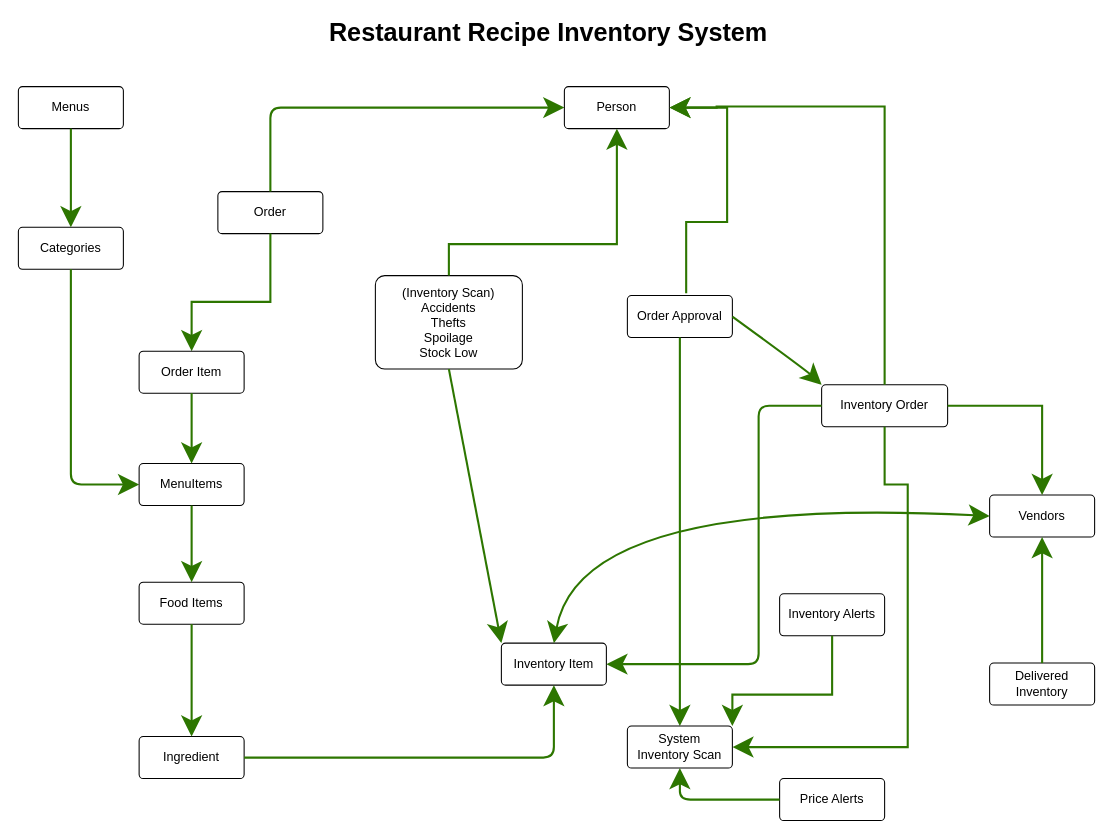
The draw.io diagram Models/Relationships1.drawio in johnchadwell/DDD-JayCh, before the edit. Source tidied: cells renumbered, new cells numbered last; positions are measured from the earlier drawing's top-left corner, leaving out a move shared by most shapes. Both pictures are drawn from the tidied source at 105%, with x=0, y=0 at pixel (18, 22).
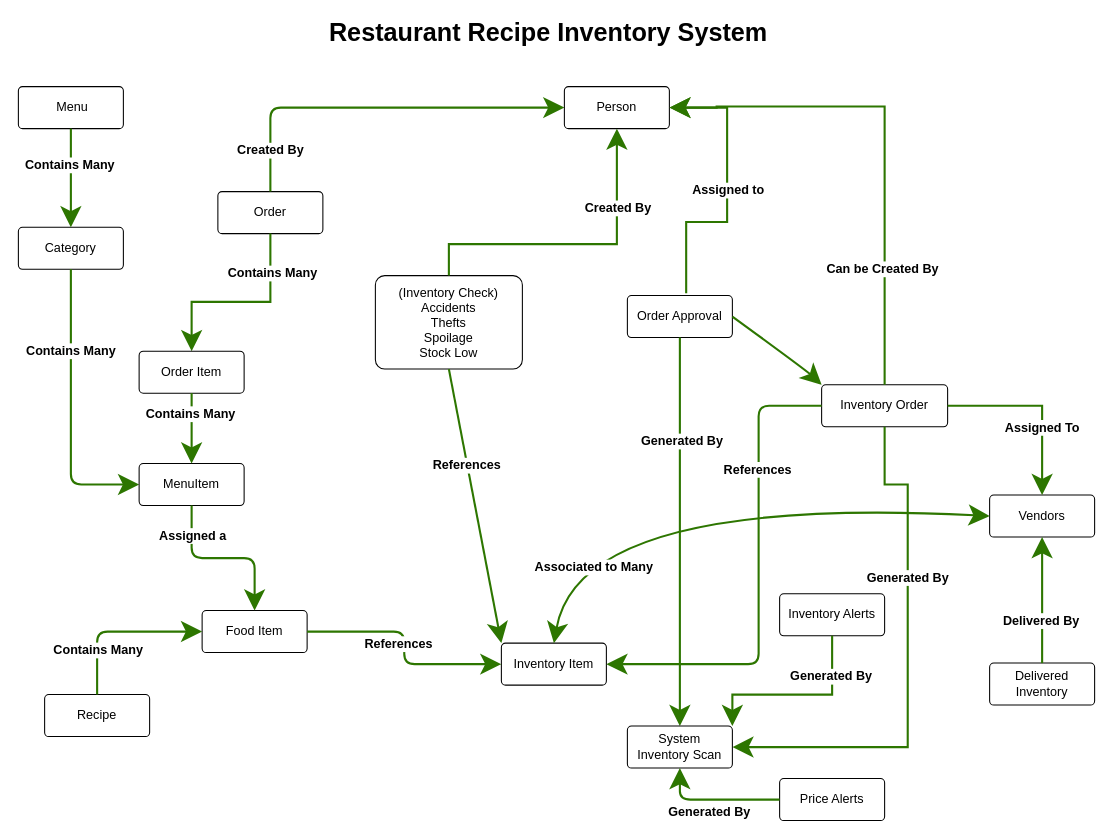
The same diagram, later.

Unchanged cells that the change refers to:
```xml
<mxCell id="4" style="edgeStyle=segmentEdgeStyle;endArrow=none;html=1;endSize=14;strokeWidth=2;endFill=0;entryX=0.5;entryY=1;entryDx=0;entryDy=0;fillColor=#60a917;strokeColor=#2D7600;startSize=14;startArrow=classic;startFill=1;exitX=0;exitY=0.5;exitDx=0;exitDy=0;" parent="1" edge="1" source="38" target="3">
  <mxGeometry relative="1" as="geometry">
    <Array as="points">
      <mxPoint x="50" y="440" />
    </Array>
  </mxGeometry>
</mxCell>
<mxCell id="5" style="edgeStyle=elbowEdgeStyle;elbow=horizontal;endArrow=classic;html=1;endSize=14;strokeWidth=2;endFill=1;entryX=0;entryY=0.5;entryDx=0;entryDy=0;exitX=0.5;exitY=0;exitDx=0;exitDy=0;fillColor=#60a917;strokeColor=#2D7600;startArrow=none;startFill=0;targetPerimeterSpacing=14;sourcePerimeterSpacing=14;startSize=14;" parent="1" edge="1" source="2" target="12">
  <mxGeometry relative="1" as="geometry">
    <Array as="points">
      <mxPoint x="240" y="141" />
    </Array>
  </mxGeometry>
</mxCell>
<mxCell id="6" style="edgeStyle=orthogonalEdgeStyle;rounded=0;jettySize=auto;html=1;endArrow=classic;endFill=1;endSize=14;strokeWidth=2;fillColor=#60a917;strokeColor=#2D7600;startSize=14;startArrow=none;startFill=0;exitX=0.5;exitY=1;exitDx=0;exitDy=0;entryX=0.5;entryY=0;entryDx=0;entryDy=0;" parent="1" edge="1" source="2" target="7">
  <mxGeometry relative="1" as="geometry">
    <Array as="points">
      <mxPoint x="240" y="266" />
      <mxPoint x="165" y="266" />
    </Array>
  </mxGeometry>
</mxCell>
<mxCell id="11" value="Inventory Item&lt;br&gt;" style="rounded=1;arcSize=10;whiteSpace=wrap;html=1;align=center;" parent="1" vertex="1">
  <mxGeometry x="460" y="591" width="100" height="40" as="geometry" />
</mxCell>
<mxCell id="17" style="edgeStyle=orthogonalEdgeStyle;rounded=0;jettySize=auto;html=1;endArrow=classic;endFill=1;endSize=14;strokeWidth=2;fillColor=#60a917;strokeColor=#2D7600;exitX=0.5;exitY=1;exitDx=0;exitDy=0;entryX=1;entryY=0.5;entryDx=0;entryDy=0;startArrow=none;startFill=0;startSize=14;" parent="1" edge="1" source="14" target="30">
  <mxGeometry relative="1" as="geometry">
    <Array as="points">
      <mxPoint x="825" y="440" />
      <mxPoint x="847" y="440" />
      <mxPoint x="847" y="690" />
    </Array>
  </mxGeometry>
</mxCell>
<mxCell id="18" style="elbow=vertical;endArrow=classic;html=1;endSize=14;strokeWidth=2;endFill=1;exitX=0.5;exitY=1;exitDx=0;exitDy=0;fillColor=#60a917;strokeColor=#2D7600;entryX=0.5;entryY=0;entryDx=0;entryDy=0;startSize=14;startArrow=none;startFill=0;" parent="1" edge="1" source="13" target="30">
  <mxGeometry relative="1" as="geometry" />
</mxCell>
<mxCell id="19" style="edgeStyle=orthogonalEdgeStyle;rounded=0;jettySize=auto;html=1;endArrow=none;endFill=0;endSize=14;strokeWidth=2;fillColor=#60a917;strokeColor=#2D7600;entryX=1;entryY=0.5;entryDx=0;entryDy=0;exitX=0.5;exitY=0;exitDx=0;exitDy=0;startSize=14;startArrow=classic;startFill=1;" parent="1" edge="1" source="16" target="14">
  <mxGeometry relative="1" as="geometry" />
</mxCell>
<mxCell id="20" style="edgeStyle=elbowEdgeStyle;elbow=horizontal;endArrow=none;html=1;endSize=14;strokeWidth=2;endFill=0;entryX=0;entryY=0.5;entryDx=0;entryDy=0;exitX=1;exitY=0.5;exitDx=0;exitDy=0;fillColor=#60a917;strokeColor=#2D7600;startSize=14;startArrow=classic;startFill=1;" parent="1" edge="1" source="11" target="14">
  <mxGeometry relative="1" as="geometry">
    <Array as="points">
      <mxPoint x="705" y="500" />
    </Array>
  </mxGeometry>
</mxCell>
<mxCell id="21" style="edgeStyle=orthogonalEdgeStyle;rounded=0;jettySize=auto;html=1;endArrow=classic;endFill=1;endSize=14;strokeWidth=2;fillColor=#60a917;strokeColor=#2D7600;exitX=0.5;exitY=0;exitDx=0;exitDy=0;startSize=14;startArrow=none;startFill=0;entryX=1;entryY=0.5;entryDx=0;entryDy=0;" parent="1" edge="1" source="14" target="12">
  <mxGeometry relative="1" as="geometry">
    <Array as="points">
      <mxPoint x="825" y="80" />
      <mxPoint x="665" y="80" />
    </Array>
  </mxGeometry>
</mxCell>
<mxCell id="23" style="edgeStyle=orthogonalEdgeStyle;rounded=0;jettySize=auto;html=1;endArrow=classic;endFill=1;endSize=14;strokeWidth=2;fillColor=#60a917;strokeColor=#2D7600;entryX=0.5;entryY=1;entryDx=0;entryDy=0;exitX=0.5;exitY=0;exitDx=0;exitDy=0;startSize=14;startArrow=none;startFill=0;" parent="1" edge="1" source="22" target="12">
  <mxGeometry relative="1" as="geometry">
    <Array as="points">
      <mxPoint x="410" y="211" />
      <mxPoint x="570" y="211" />
    </Array>
  </mxGeometry>
</mxCell>
<mxCell id="24" style="curved=1;endArrow=classic;html=1;endFill=1;fillColor=#60a917;strokeColor=#2D7600;strokeWidth=2;endSize=14;startArrow=none;startFill=0;targetPerimeterSpacing=14;sourcePerimeterSpacing=13;startSize=14;entryX=0;entryY=0;entryDx=0;entryDy=0;" parent="1" edge="1" target="11">
  <mxGeometry relative="1" as="geometry">
    <mxPoint x="410" y="330" as="sourcePoint" />
  </mxGeometry>
</mxCell>
<mxCell id="25" style="curved=1;endArrow=classic;html=1;endFill=1;fillColor=#60a917;strokeColor=#2D7600;strokeWidth=2;endSize=14;startArrow=classic;startFill=1;targetPerimeterSpacing=14;sourcePerimeterSpacing=13;startSize=14;entryX=0.5;entryY=0;entryDx=0;entryDy=0;exitX=0;exitY=0.5;exitDx=0;exitDy=0;exitPerimeter=0;" parent="1" edge="1" source="16" target="11">
  <mxGeometry relative="1" as="geometry">
    <Array as="points">
      <mxPoint x="535" y="450" />
    </Array>
  </mxGeometry>
</mxCell>
<mxCell id="27" style="edgeStyle=orthogonalEdgeStyle;rounded=0;jettySize=auto;html=1;endArrow=none;endFill=0;endSize=14;strokeWidth=2;fillColor=#60a917;strokeColor=#2D7600;exitX=1;exitY=0.5;exitDx=0;exitDy=0;startSize=14;startArrow=classic;startFill=1;entryX=0.56;entryY=-0.055;entryDx=0;entryDy=0;entryPerimeter=0;" parent="1" edge="1" source="12" target="13">
  <mxGeometry relative="1" as="geometry">
    <Array as="points">
      <mxPoint x="675" y="81" />
      <mxPoint x="675" y="190" />
      <mxPoint x="636" y="190" />
    </Array>
  </mxGeometry>
</mxCell>
<mxCell id="29" style="endArrow=none;html=1;endSize=14;strokeWidth=2;endFill=0;entryX=0.5;entryY=1;entryDx=0;entryDy=0;fillColor=#60a917;strokeColor=#2D7600;targetPerimeterSpacing=14;startSize=14;sourcePerimeterSpacing=14;startArrow=classic;startFill=1;exitX=0.5;exitY=0;exitDx=0;exitDy=0;" parent="1" edge="1" source="3" target="28">
  <mxGeometry relative="1" as="geometry" />
</mxCell>
<mxCell id="32" style="edgeStyle=orthogonalEdgeStyle;rounded=0;jettySize=auto;html=1;endArrow=none;endFill=0;endSize=14;strokeWidth=2;fillColor=#60a917;strokeColor=#2D7600;exitX=1;exitY=0;exitDx=0;exitDy=0;entryX=0.5;entryY=1;entryDx=0;entryDy=0;startArrow=classic;startFill=1;startSize=14;" parent="1" edge="1" source="30" target="31">
  <mxGeometry relative="1" as="geometry">
    <Array as="points">
      <mxPoint x="699" y="640" />
      <mxPoint x="805" y="640" />
    </Array>
  </mxGeometry>
</mxCell>
<mxCell id="34" style="edgeStyle=orthogonalEdgeStyle;rounded=0;jettySize=auto;html=1;endArrow=classic;endFill=1;endSize=14;strokeWidth=2;fillColor=#60a917;strokeColor=#2D7600;entryX=0.5;entryY=1;entryDx=0;entryDy=0;exitX=0.5;exitY=0;exitDx=0;exitDy=0;startSize=14;startArrow=none;startFill=0;" parent="1" edge="1" source="33" target="16">
  <mxGeometry relative="1" as="geometry" />
</mxCell>
<mxCell id="36" style="edgeStyle=segmentEdgeStyle;endArrow=classic;html=1;startSize=14;endSize=14;sourcePerimeterSpacing=13;targetPerimeterSpacing=14;strokeWidth=2;exitX=0;exitY=0.5;exitDx=0;exitDy=0;entryX=0.5;entryY=1;entryDx=0;entryDy=0;endFill=1;startArrow=none;startFill=0;fillColor=#60a917;strokeColor=#2D7600;" parent="1" edge="1" source="35" target="30">
  <mxGeometry relative="1" as="geometry" />
</mxCell>
<mxCell id="39" style="edgeStyle=elbowEdgeStyle;elbow=vertical;endArrow=none;html=1;endSize=14;strokeWidth=2;endFill=0;entryX=0.5;entryY=1;entryDx=0;entryDy=0;fillColor=#60a917;strokeColor=#2D7600;startSize=14;startArrow=classic;startFill=1;exitX=0.5;exitY=0;exitDx=0;exitDy=0;" parent="1" edge="1" source="8" target="38">
  <mxGeometry relative="1" as="geometry" />
</mxCell>
<mxCell id="40" style="edgeStyle=elbowEdgeStyle;elbow=vertical;endArrow=none;html=1;endSize=14;strokeWidth=2;endFill=0;entryX=0.5;entryY=1;entryDx=0;entryDy=0;fillColor=#60a917;strokeColor=#2D7600;startSize=14;startArrow=classic;startFill=1;exitX=0.5;exitY=0;exitDx=0;exitDy=0;" parent="1" edge="1" source="38" target="7">
  <mxGeometry relative="1" as="geometry" />
</mxCell>
```

Diff of the diagram source:
```diff
@@
-    <mxCell id="3" value="Categories" style="rounded=1;arcSize=10;whiteSpace=wrap;html=1;align=center;" parent="1" vertex="1">
+    <mxCell id="3" value="Category" style="rounded=1;arcSize=10;whiteSpace=wrap;html=1;align=center;" parent="1" vertex="1">
       <mxGeometry y="195" width="100" height="40" as="geometry" />
     </mxCell>
@@
+    <mxCell id="41" value="&lt;b&gt;&lt;font style=&quot;font-size: 12px&quot;&gt;Contains Many&lt;/font&gt;&lt;/b&gt;" style="edgeLabel;html=1;align=center;verticalAlign=middle;" parent="4" vertex="1">
+      <mxGeometry x="0.43" y="1" relative="1" as="geometry" />
+    </mxCell>
@@
+    <mxCell id="42" value="&lt;font style=&quot;font-size: 12px&quot;&gt;&lt;b&gt;Created By&lt;/b&gt;&lt;/font&gt;" style="edgeLabel;html=1;align=center;verticalAlign=middle;" parent="5" vertex="1">
+      <mxGeometry x="-0.78" y="1" relative="1" as="geometry" />
+    </mxCell>
@@
+    <mxCell id="43" value="&lt;font style=&quot;font-size: 12px&quot;&gt;&lt;b&gt;Contains Many&lt;/b&gt;&lt;/font&gt;" style="edgeLabel;html=1;align=center;verticalAlign=middle;" parent="6" vertex="1">
+      <mxGeometry x="-0.51" y="1" relative="1" as="geometry">
+        <mxPoint y="-9" as="offset" />
+      </mxGeometry>
+    </mxCell>
@@
-    <mxCell id="8" value="Food Items" style="rounded=1;arcSize=10;whiteSpace=wrap;html=1;align=center;" parent="1" vertex="1">
-      <mxGeometry x="115" y="533" width="100" height="40" as="geometry" />
+    <mxCell id="8" value="Food Item" style="rounded=1;arcSize=10;whiteSpace=wrap;html=1;align=center;" parent="1" vertex="1">
+      <mxGeometry x="175" y="560" width="100" height="40" as="geometry" />
     </mxCell>
-    <mxCell id="9" value="Ingredient" style="rounded=1;arcSize=10;whiteSpace=wrap;html=1;align=center;" parent="1" vertex="1">
-      <mxGeometry x="115" y="680" width="100" height="40" as="geometry" />
+    <mxCell id="9" value="Recipe" style="rounded=1;arcSize=10;whiteSpace=wrap;html=1;align=center;" parent="1" vertex="1">
+      <mxGeometry x="25" y="640" width="100" height="40" as="geometry" />
     </mxCell>
-    <mxCell id="10" style="edgeStyle=elbowEdgeStyle;elbow=vertical;endArrow=none;html=1;endSize=14;strokeWidth=2;endFill=0;entryX=0.5;entryY=1;entryDx=0;entryDy=0;exitX=0.5;exitY=0;exitDx=0;exitDy=0;fillColor=#60a917;strokeColor=#2D7600;startSize=14;startArrow=classic;startFill=1;" parent="1" edge="1" source="9" target="8">
+    <mxCell id="10" style="edgeStyle=orthogonalEdgeStyle;elbow=vertical;endArrow=classic;html=1;endSize=14;strokeWidth=2;endFill=1;entryX=0;entryY=0.5;entryDx=0;entryDy=0;exitX=0.5;exitY=0;exitDx=0;exitDy=0;fillColor=#60a917;strokeColor=#2D7600;startSize=14;startArrow=none;startFill=0;" parent="1" edge="1" source="9" target="8">
       <mxGeometry relative="1" as="geometry" />
     </mxCell>
+    <mxCell id="44" value="&lt;font style=&quot;font-size: 12px&quot;&gt;&lt;b&gt;Contains Many&lt;/b&gt;&lt;/font&gt;" style="edgeLabel;html=1;align=center;verticalAlign=middle;" parent="10" vertex="1">
+      <mxGeometry x="-0.46" relative="1" as="geometry" />
+    </mxCell>
@@
+    <mxCell id="45" value="&lt;b&gt;&lt;font style=&quot;font-size: 12px&quot;&gt;Generated By&lt;/font&gt;&lt;/b&gt;" style="edgeLabel;html=1;align=center;verticalAlign=middle;" parent="17" vertex="1">
+      <mxGeometry x="-0.33" y="-1" relative="1" as="geometry" />
+    </mxCell>
@@
+    <mxCell id="46" value="&lt;b&gt;&lt;font style=&quot;font-size: 12px&quot;&gt;Generated By&lt;/font&gt;&lt;/b&gt;" style="edgeLabel;html=1;align=center;verticalAlign=middle;" parent="18" vertex="1">
+      <mxGeometry x="-0.47" y="1" relative="1" as="geometry" />
+    </mxCell>
@@
+    <mxCell id="47" value="&lt;b&gt;&lt;font style=&quot;font-size: 12px&quot;&gt;Assigned To&lt;/font&gt;&lt;/b&gt;" style="edgeLabel;html=1;align=center;verticalAlign=middle;" parent="19" vertex="1">
+      <mxGeometry x="-0.15" y="1" relative="1" as="geometry">
+        <mxPoint y="9" as="offset" />
+      </mxGeometry>
+    </mxCell>
@@
+    <mxCell id="48" value="&lt;b&gt;&lt;font style=&quot;font-size: 12px&quot;&gt;References&lt;/font&gt;&lt;/b&gt;" style="edgeLabel;html=1;align=center;verticalAlign=middle;" parent="20" vertex="1">
+      <mxGeometry x="0.47" y="2" relative="1" as="geometry" />
+    </mxCell>
@@
+    <mxCell id="49" value="&lt;b&gt;&lt;font style=&quot;font-size: 12px&quot;&gt;Can be Created By&lt;/font&gt;&lt;/b&gt;" style="edgeLabel;html=1;align=center;verticalAlign=middle;" parent="21" vertex="1">
+      <mxGeometry x="-0.53" y="3" relative="1" as="geometry" />
+    </mxCell>
-    <mxCell id="22" value="(Inventory Scan)&lt;br&gt;Accidents&lt;br&gt;Thefts&lt;br&gt;Spoilage&lt;br&gt;Stock Low" style="rounded=1;arcSize=10;whiteSpace=wrap;html=1;align=center;" parent="1" vertex="1">
+    <mxCell id="22" value="(Inventory Check)&lt;br&gt;Accidents&lt;br&gt;Thefts&lt;br&gt;Spoilage&lt;br&gt;Stock Low" style="rounded=1;arcSize=10;whiteSpace=wrap;html=1;align=center;" parent="1" vertex="1">
       <mxGeometry x="340" y="241" width="140" height="89" as="geometry" />
     </mxCell>
@@
+    <mxCell id="50" value="&lt;b&gt;&lt;font style=&quot;font-size: 12px&quot;&gt;Created By&lt;/font&gt;&lt;/b&gt;" style="edgeLabel;html=1;align=center;verticalAlign=middle;" parent="23" vertex="1">
+      <mxGeometry x="0.5" relative="1" as="geometry" />
+    </mxCell>
@@
+    <mxCell id="51" value="&lt;b&gt;&lt;font style=&quot;font-size: 12px&quot;&gt;References&lt;/font&gt;&lt;/b&gt;" style="edgeLabel;html=1;align=center;verticalAlign=middle;" parent="24" vertex="1">
+      <mxGeometry x="-0.3" y="-1" relative="1" as="geometry" />
+    </mxCell>
@@
+    <mxCell id="52" value="&lt;b&gt;&lt;font style=&quot;font-size: 12px&quot;&gt;Associated to Many&lt;/font&gt;&lt;/b&gt;" style="edgeLabel;html=1;align=center;verticalAlign=middle;" parent="25" vertex="1">
+      <mxGeometry x="0.71" y="24" relative="1" as="geometry" />
+    </mxCell>
@@
+    <mxCell id="53" value="&lt;font style=&quot;font-size: 12px&quot;&gt;&lt;b&gt;Assigned to&lt;/b&gt;&lt;/font&gt;" style="edgeLabel;html=1;align=center;verticalAlign=middle;" parent="27" vertex="1">
+      <mxGeometry x="-0.02" relative="1" as="geometry" />
+    </mxCell>
-    <mxCell id="28" value="Menus" style="rounded=1;arcSize=10;whiteSpace=wrap;html=1;align=center;" parent="1" vertex="1">
+    <mxCell id="28" value="&amp;nbsp;Menu" style="rounded=1;arcSize=10;whiteSpace=wrap;html=1;align=center;" parent="1" vertex="1">
       <mxGeometry y="61" width="100" height="40" as="geometry" />
     </mxCell>
@@
+    <mxCell id="54" value="&lt;font style=&quot;font-size: 12px&quot;&gt;&lt;b&gt;Contains Many&lt;/b&gt;&lt;/font&gt;" style="edgeLabel;html=1;align=center;verticalAlign=middle;" parent="29" vertex="1">
+      <mxGeometry x="0.27" y="2" relative="1" as="geometry" />
+    </mxCell>
@@
+    <mxCell id="55" value="&lt;b&gt;&lt;font style=&quot;font-size: 12px&quot;&gt;Generated By&lt;/font&gt;&lt;/b&gt;" style="edgeLabel;html=1;align=center;verticalAlign=middle;" parent="32" vertex="1">
+      <mxGeometry x="0.58" y="2" relative="1" as="geometry" />
+    </mxCell>
@@
+    <mxCell id="56" value="&lt;b&gt;&lt;font style=&quot;font-size: 12px&quot;&gt;Delivered By&lt;/font&gt;&lt;/b&gt;" style="edgeLabel;html=1;align=center;verticalAlign=middle;" parent="34" vertex="1">
+      <mxGeometry x="-0.31" y="2" relative="1" as="geometry" />
+    </mxCell>
@@
+    <mxCell id="57" value="&lt;b&gt;&lt;font style=&quot;font-size: 12px&quot;&gt;Generated By&lt;/font&gt;&lt;/b&gt;" style="edgeLabel;html=1;align=center;verticalAlign=middle;" parent="36" vertex="1">
+      <mxGeometry x="0.08" relative="1" as="geometry">
+        <mxPoint y="11" as="offset" />
+      </mxGeometry>
+    </mxCell>
-    <mxCell id="37" style="edgeStyle=elbowEdgeStyle;elbow=vertical;endArrow=none;html=1;endSize=14;strokeWidth=2;endFill=0;fillColor=#60a917;strokeColor=#2D7600;startSize=14;startArrow=classic;startFill=1;entryX=1;entryY=0.5;entryDx=0;entryDy=0;exitX=0.5;exitY=1;exitDx=0;exitDy=0;" parent="1" edge="1" source="11" target="9">
-      <mxGeometry relative="1" as="geometry">
-        <Array as="points">
-          <mxPoint x="365" y="700" />
-        </Array>
-      </mxGeometry>
+    <mxCell id="37" style="edgeStyle=orthogonalEdgeStyle;elbow=vertical;endArrow=none;html=1;endSize=14;strokeWidth=2;endFill=0;fillColor=#60a917;strokeColor=#2D7600;startSize=14;startArrow=classic;startFill=1;entryX=1;entryY=0.5;entryDx=0;entryDy=0;exitX=0;exitY=0.5;exitDx=0;exitDy=0;" parent="1" edge="1" source="11" target="8">
+      <mxGeometry relative="1" as="geometry" />
     </mxCell>
+    <mxCell id="58" value="&lt;b&gt;&lt;font style=&quot;font-size: 12px&quot;&gt;References&lt;/font&gt;&lt;/b&gt;" style="edgeLabel;html=1;align=center;verticalAlign=middle;" parent="37" vertex="1">
+      <mxGeometry x="0.2" y="3" relative="1" as="geometry">
+        <mxPoint y="8" as="offset" />
+      </mxGeometry>
+    </mxCell>
-    <mxCell id="38" value="MenuItems" style="rounded=1;arcSize=10;whiteSpace=wrap;html=1;align=center;" parent="1" vertex="1">
+    <mxCell id="38" value="MenuItem" style="rounded=1;arcSize=10;whiteSpace=wrap;html=1;align=center;" parent="1" vertex="1">
       <mxGeometry x="115" y="420" width="100" height="40" as="geometry" />
     </mxCell>
@@
+    <mxCell id="59" value="&lt;font style=&quot;font-size: 12px&quot;&gt;&lt;b&gt;Assigned a&lt;/b&gt;&lt;/font&gt;" style="edgeLabel;html=1;align=center;verticalAlign=middle;" parent="39" vertex="1">
+      <mxGeometry x="0.56" relative="1" as="geometry">
+        <mxPoint y="-7" as="offset" />
+      </mxGeometry>
+    </mxCell>
@@
+    <mxCell id="60" value="&lt;b&gt;&lt;font style=&quot;font-size: 12px&quot;&gt;Contains Many&lt;/font&gt;&lt;/b&gt;" style="edgeLabel;html=1;align=center;verticalAlign=middle;" parent="40" vertex="1">
+      <mxGeometry x="0.43" y="2" relative="1" as="geometry" />
+    </mxCell>
```
